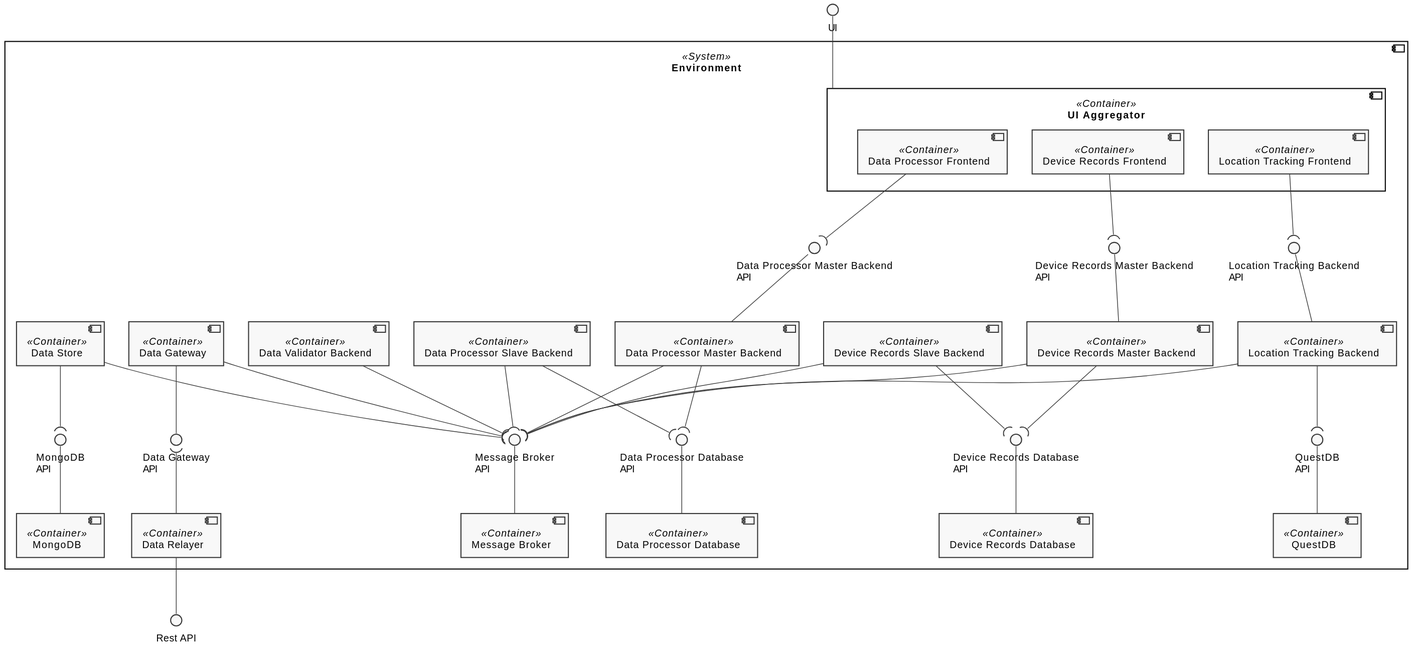
Before: docs/diagrams/logical-view-level2.svg, a diagram exported from PlantUML (FilipeMCruz/sensae-console).
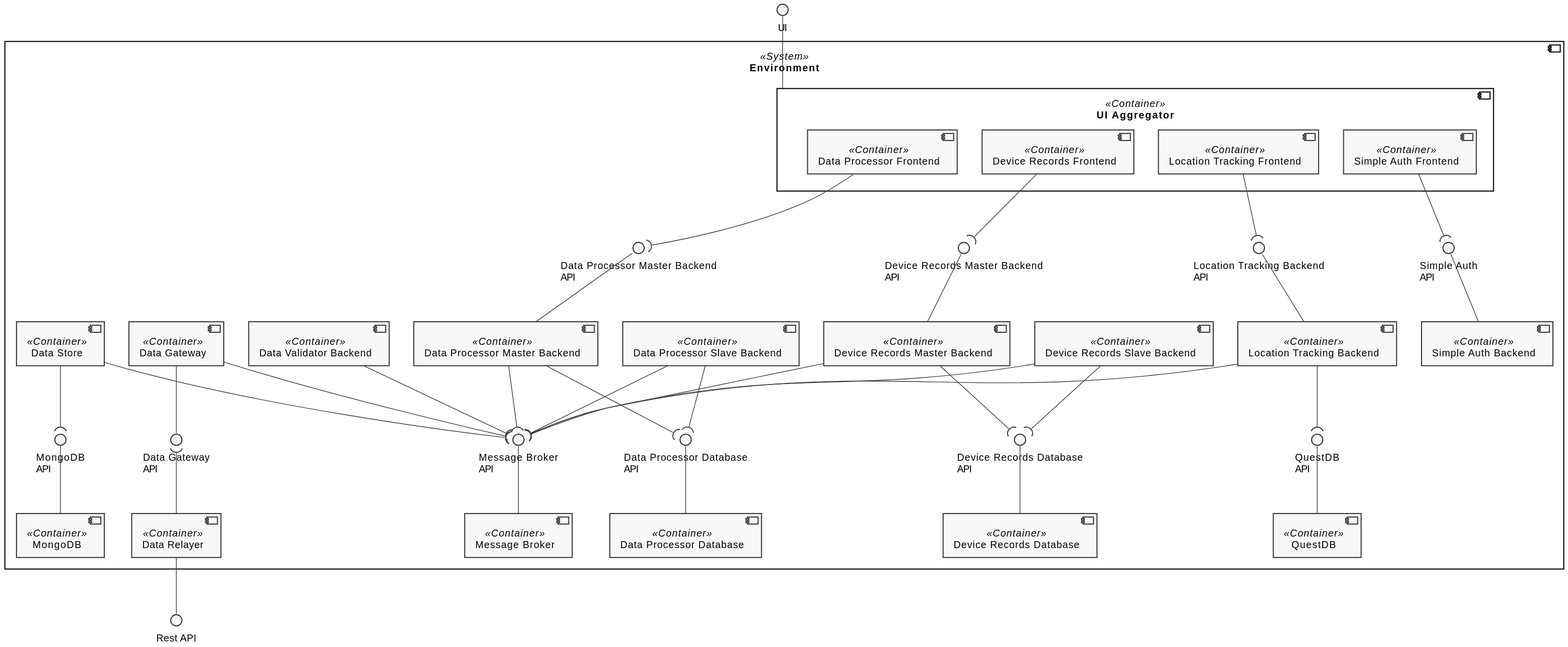
The same file after the commit.

Diff of the diagram source:
```diff
@@ -21,6 +21,7 @@
         component "Device Records Frontend" as DRF <<Container>>
         component "Data Processor Frontend" as DPF <<Container>>
         component "Location Tracking Frontend" as LTF <<Container>>
+        component "Simple Auth Frontend" as SAF <<Container>>
     }
     component "Data Processor Slave Backend" as DPSB <<Container>>
     component "Data Processor Master Backend" as DPMB <<Container>>
@@ -30,6 +31,7 @@
     component "Data Store" as DS <<Container>>
     component "QuestDB" as QUESTDB <<Container>>
     component "MongoDB" as MONGODB <<Container>>
+    component "Simple Auth Backend" as SAB <<Container>>
 
     interface "Message Broker\nAPI" as MB_API
     interface "Location Tracking Backend\nAPI" as LTB_API
@@ -40,6 +42,7 @@
     interface "QuestDB\nAPI" as QUESTDB_API
     interface "MongoDB\nAPI" as MONGODB_API
     interface "Data Gateway\nAPI" as DDG_API
+    interface "Simple Auth\nAPI" as SAB_API
 
     LTB --( QUESTDB_API
     DS --( MONGODB_API
@@ -50,6 +53,7 @@
     DRDB_API -- DRDB
     DPDB_API -- DPDB
     LTB_API -- LTB
+    SAB_API -- SAB
     UI -- UIAG
     MONGODB_API -- MONGODB
     QUESTDB_API -- QUESTDB
@@ -60,6 +64,7 @@
     LTF --( LTB_API
     DPF --( DPMB_API
     DRF --( DRB_API
+    SAF --( SAB_API
 
     DVB --( MB_API
     DS --( MB_API
```
